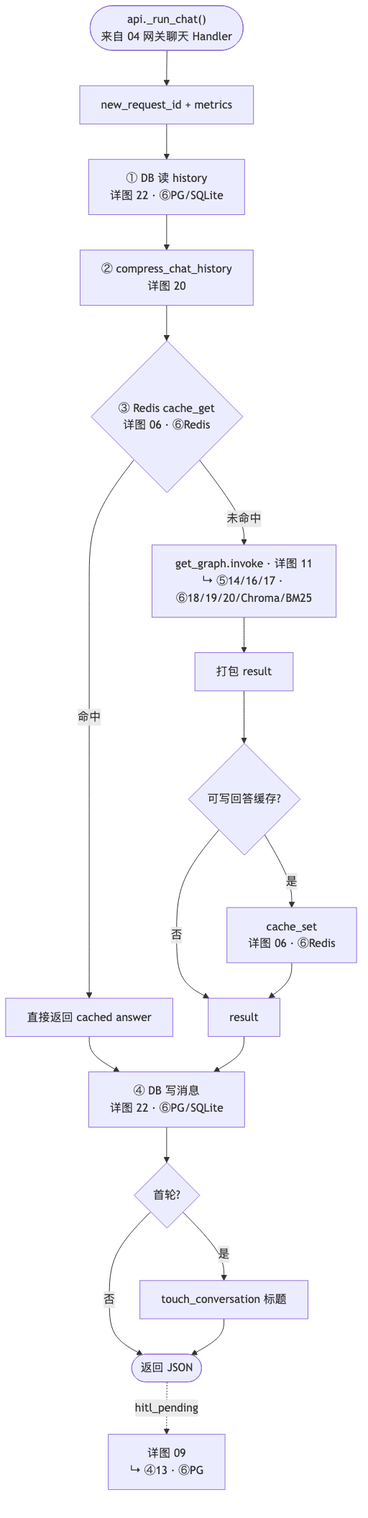
Earlier version of the Mermaid export project_00_rag_agent/docs/diagrams/07_ask_sync.png (charlie-chann/ai-agent-langgraph-main). Its source is kept beside it as project_00_rag_agent/docs/diagrams/source/07_ask_sync.mmd. The source it was exported from:
```mermaid
flowchart TD
    START(["api._run_chat()<br/>来自 04 网关聊天 Handler"]) --> RID[new_request_id + metrics]
    RID --> LOAD["① DB 读 history<br/>详图 22 · ⑥PG/SQLite"]
    LOAD --> A1["② compress_chat_history<br/>详图 20"]
    A1 --> A2{"③ Redis cache_get<br/>详图 06 · ⑥Redis"}

    A2 -->|命中| A2H[直接返回 cached answer]
    A2 -->|未命中| A3["get_graph.invoke · 详图 11<br/>↳ ⑤14/16/17 · ⑥18/19/20/Chroma/BM25"]

    A3 --> A4[打包 result]
    A4 --> A5{可写回答缓存?}
    A5 -->|是| A6["cache_set<br/>详图 06 · ⑥Redis"]
    A5 -->|否| MERGE[result]
    A6 --> MERGE

    A2H --> SAVE
    MERGE --> SAVE["④ DB 写消息<br/>详图 22 · ⑥PG/SQLite"]
    SAVE --> TIT{首轮?}
    TIT -->|是| TITLE[touch_conversation 标题]
    TIT -->|否| RETURN
    TITLE --> RETURN([返回 JSON])

    RETURN -.->|hitl_pending| H09["详图 09<br/>↳ ④13 · ⑥PG"]

```
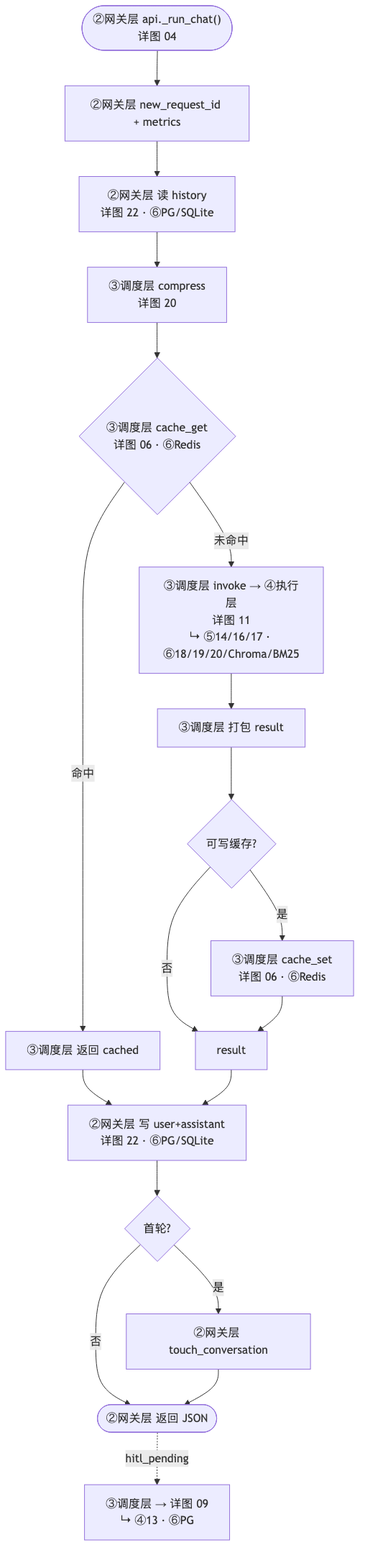
Later version of the same file.

What changed in the source:
```diff
@@ -1,24 +1,24 @@
 flowchart TD
-    START(["api._run_chat()<br/>来自 04 网关聊天 Handler"]) --> RID[new_request_id + metrics]
-    RID --> LOAD["① DB 读 history<br/>详图 22 · ⑥PG/SQLite"]
-    LOAD --> A1["② compress_chat_history<br/>详图 20"]
-    A1 --> A2{"③ Redis cache_get<br/>详图 06 · ⑥Redis"}
+    START(["②网关层 api._run_chat()<br/>详图 04"]) --> RID["②网关层 new_request_id + metrics"]
+    RID --> LOAD["②网关层 读 history<br/>详图 22 · ⑥PG/SQLite"]
+    LOAD --> A1["③调度层 compress<br/>详图 20"]
+    A1 --> A2{"③调度层 cache_get<br/>详图 06 · ⑥Redis"}
 
-    A2 -->|命中| A2H[直接返回 cached answer]
-    A2 -->|未命中| A3["get_graph.invoke · 详图 11<br/>↳ ⑤14/16/17 · ⑥18/19/20/Chroma/BM25"]
+    A2 -->|命中| A2H["③调度层 返回 cached"]
+    A2 -->|未命中| A3["③调度层 invoke → ④执行层<br/>详图 11<br/>↳ ⑤14/16/17 · ⑥18/19/20/Chroma/BM25"]
 
-    A3 --> A4[打包 result]
-    A4 --> A5{可写回答缓存?}
-    A5 -->|是| A6["cache_set<br/>详图 06 · ⑥Redis"]
+    A3 --> A4["③调度层 打包 result"]
+    A4 --> A5{可写缓存?}
+    A5 -->|是| A6["③调度层 cache_set<br/>详图 06 · ⑥Redis"]
     A5 -->|否| MERGE[result]
     A6 --> MERGE
 
     A2H --> SAVE
-    MERGE --> SAVE["④ DB 写消息<br/>详图 22 · ⑥PG/SQLite"]
+    MERGE --> SAVE["②网关层 写 user+assistant<br/>详图 22 · ⑥PG/SQLite"]
     SAVE --> TIT{首轮?}
-    TIT -->|是| TITLE[touch_conversation 标题]
+    TIT -->|是| TITLE["②网关层 touch_conversation"]
     TIT -->|否| RETURN
-    TITLE --> RETURN([返回 JSON])
+    TITLE --> RETURN(["②网关层 返回 JSON"])
 
-    RETURN -.->|hitl_pending| H09["详图 09<br/>↳ ④13 · ⑥PG"]
+    RETURN -.->|hitl_pending| H09["③调度层 → 详图 09<br/>↳ ④13 · ⑥PG"]
 
```
